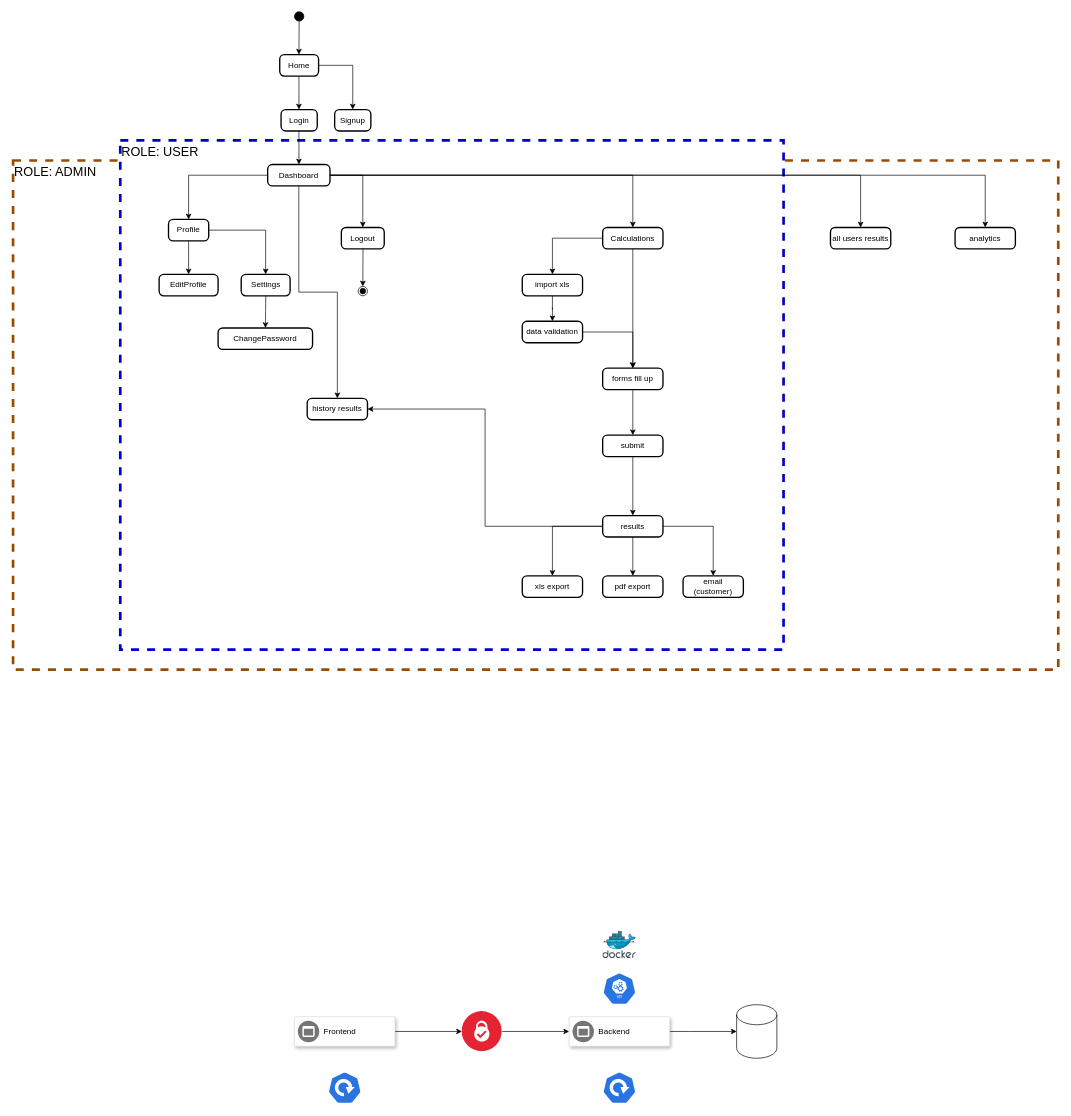
Before: Diagram bez tytułu.drawio in igregor/drawio-files, a draw.io diagram. Source tidied: cells renumbered, new cells numbered last; positions are measured from the earlier drawing's top-left corner, leaving out a move shared by most shapes. Both pictures are drawn from the tidied source at 67%, with x=0, y=0 at pixel (13, 11).
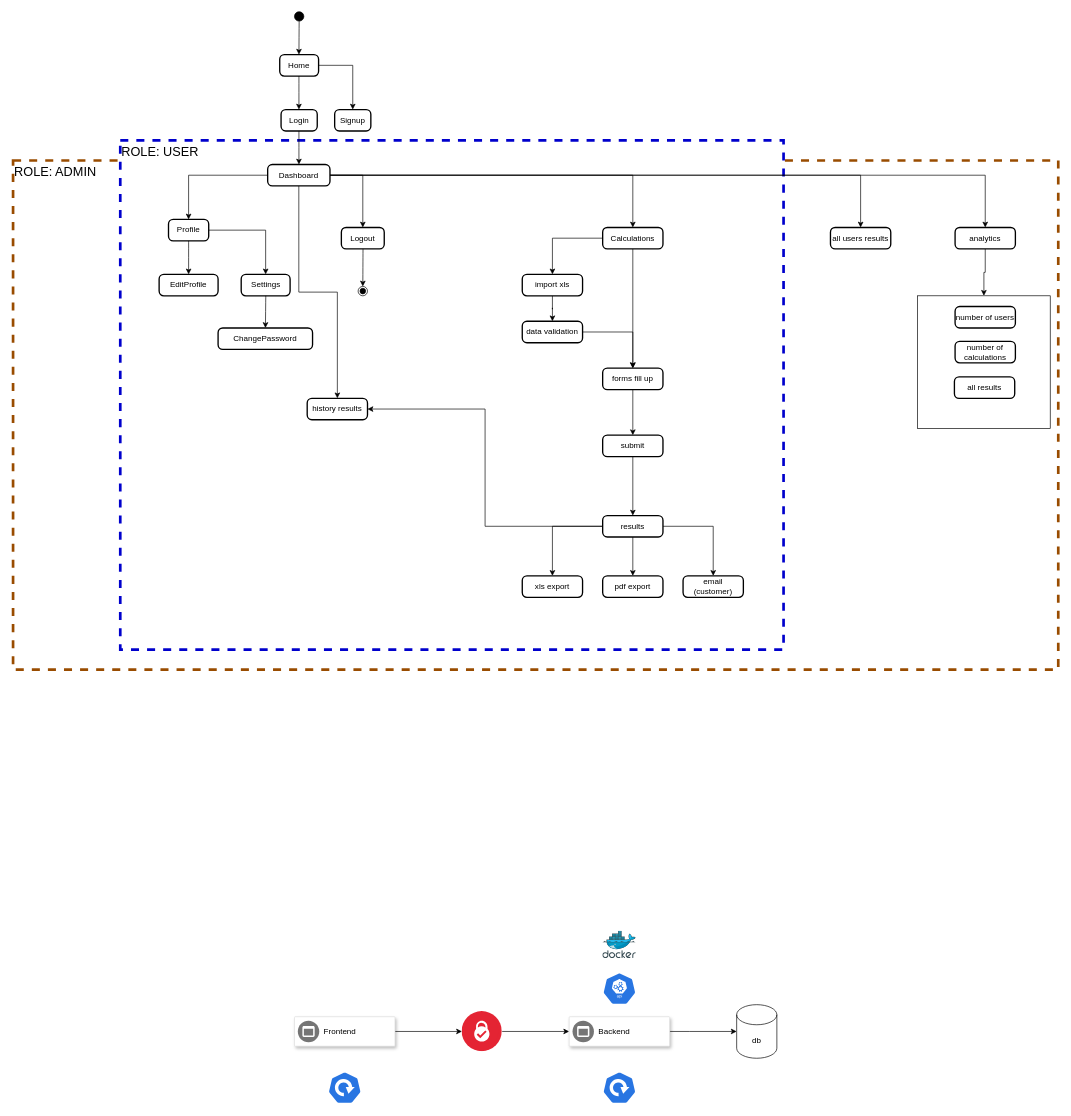
After the change.

The change refers to these unchanged cells:
```xml
<mxCell id="50" value="analytics" style="rounded=1;absoluteArcSize=1;arcSize=14;whiteSpace=wrap;strokeWidth=2;" parent="1" vertex="1">
  <mxGeometry x="1406" y="322" width="90" height="32" as="geometry" />
</mxCell>
```

Change to the diagram source:
```diff
@@
+    <mxCell id="64" style="edgeStyle=orthogonalEdgeStyle;rounded=0;jettySize=auto;html=1;entryX=0.5;entryY=0;entryDx=0;entryDy=0;" parent="1" edge="1" source="50" target="65">
+      <mxGeometry relative="1" as="geometry" />
+    </mxCell>
@@
-    <mxCell id="51" style="shape=cylinder3;whiteSpace=wrap;html=1;boundedLbl=1;backgroundOutline=1;size=15;" parent="1" vertex="1">
+    <mxCell id="51" value="db" style="shape=cylinder3;whiteSpace=wrap;html=1;boundedLbl=1;backgroundOutline=1;size=15;" parent="1" vertex="1">
       <mxGeometry x="1080" y="1482" width="60" height="80" as="geometry" />
     </mxCell>
@@
+    <mxCell id="65" style="whiteSpace=wrap;html=1;" parent="1" vertex="1">
+      <mxGeometry x="1350" y="424" width="198" height="198" as="geometry" />
+    </mxCell>
+    <mxCell id="66" value="number of users" style="rounded=1;absoluteArcSize=1;arcSize=14;whiteSpace=wrap;strokeWidth=2;" parent="1" vertex="1">
+      <mxGeometry x="1406" y="440" width="90" height="32" as="geometry" />
+    </mxCell>
+    <mxCell id="67" value="number of calculations" style="rounded=1;absoluteArcSize=1;arcSize=14;whiteSpace=wrap;strokeWidth=2;" parent="1" vertex="1">
+      <mxGeometry x="1406" y="492" width="90" height="32" as="geometry" />
+    </mxCell>
+    <mxCell id="68" value="all results" style="rounded=1;absoluteArcSize=1;arcSize=14;whiteSpace=wrap;strokeWidth=2;" parent="1" vertex="1">
+      <mxGeometry x="1405" y="545" width="90" height="32" as="geometry" />
+    </mxCell>
```
